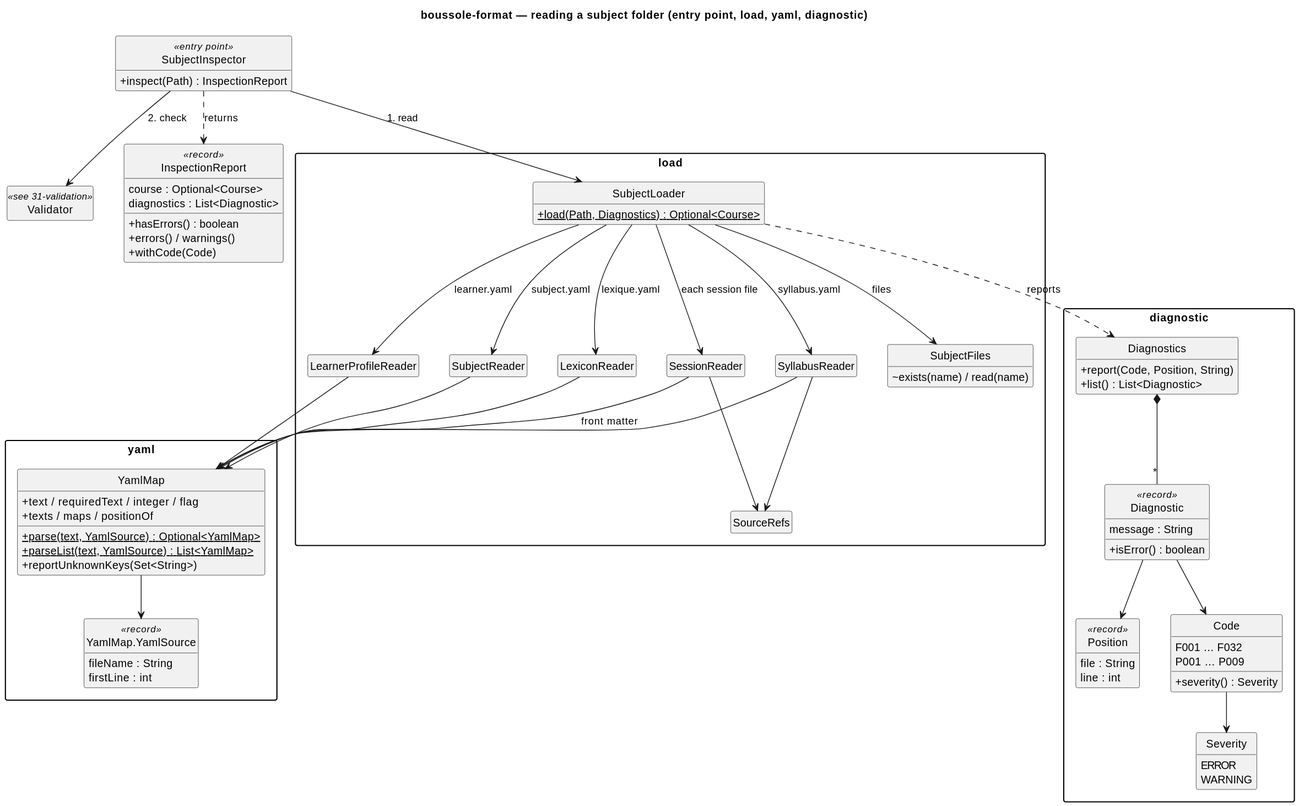
This is docs/diagrams/30-loading.svg from lucasssoh/Boussole, a PlantUML export, as it was before one commit.
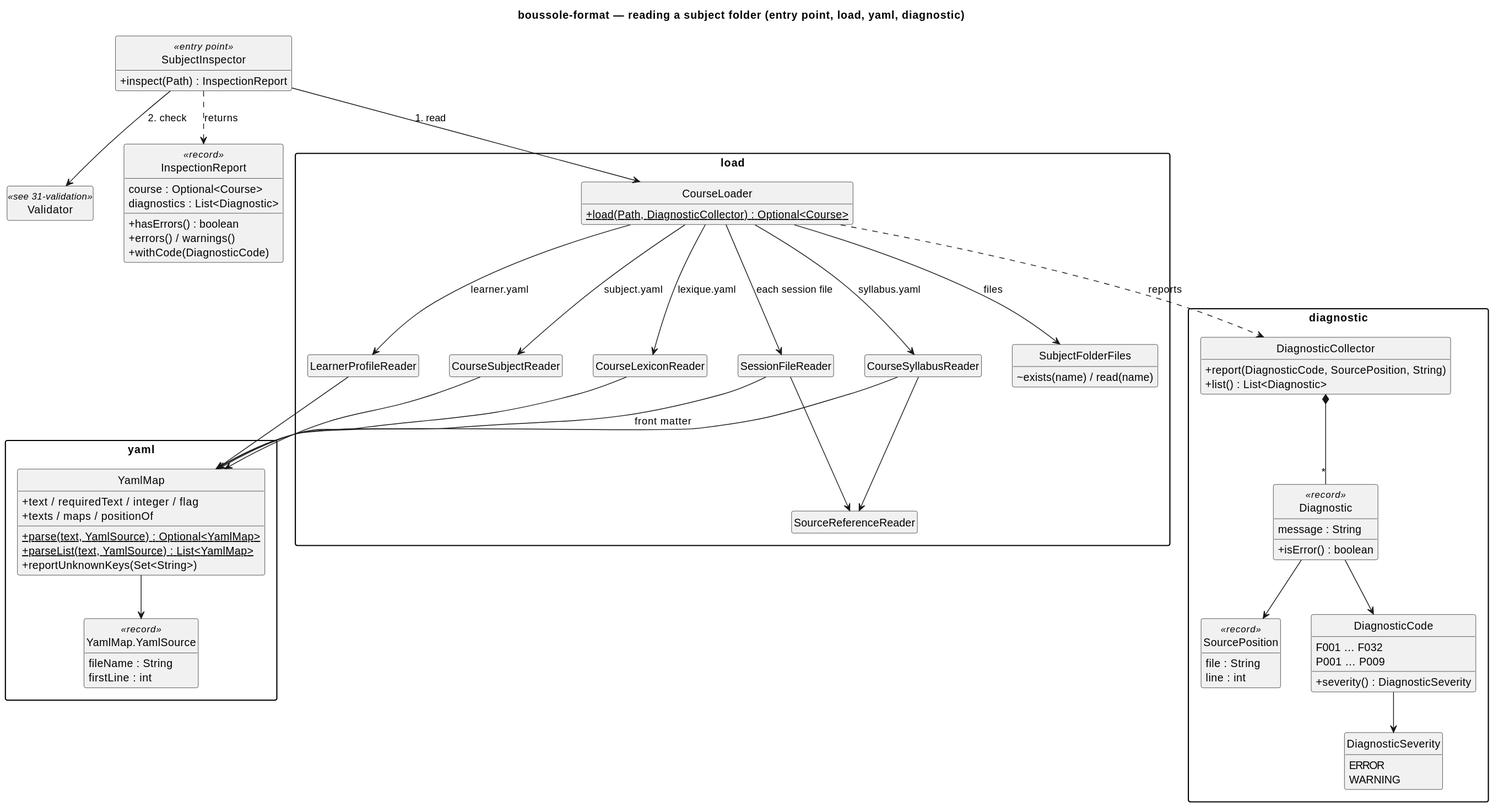
Above is the later version.

What changed in the source:
```diff
@@ -16,22 +16,22 @@
   diagnostics : List<Diagnostic>
   +hasErrors() : boolean
   +errors() / warnings()
-  +withCode(Code)
+  +withCode(DiagnosticCode)
 }
 
 package "load" {
-  class SubjectLoader {
-    +{static} load(Path, Diagnostics) : Optional<Course>
+  class CourseLoader {
+    +{static} load(Path, DiagnosticCollector) : Optional<Course>
   }
-  class SubjectFiles {
+  class SubjectFolderFiles {
     ~exists(name) / read(name)
   }
-  class SubjectReader
-  class SyllabusReader
-  class LexiconReader
+  class CourseSubjectReader
+  class CourseSyllabusReader
+  class CourseLexiconReader
   class LearnerProfileReader
-  class SessionReader
-  class SourceRefs
+  class SessionFileReader
+  class SourceReferenceReader
 }
 
 package "yaml" {
@@ -49,52 +49,52 @@
 }
 
 package "diagnostic" {
-  class Diagnostics {
-    +report(Code, Position, String)
+  class DiagnosticCollector {
+    +report(DiagnosticCode, SourcePosition, String)
     +list() : List<Diagnostic>
   }
   class Diagnostic <<record>> {
     message : String
     +isError() : boolean
   }
-  enum Code {
+  enum DiagnosticCode {
     F001 … F032
     P001 … P009
-    +severity() : Severity
+    +severity() : DiagnosticSeverity
   }
-  enum Severity {
+  enum DiagnosticSeverity {
     ERROR
     WARNING
   }
-  class Position <<record>> {
+  class SourcePosition <<record>> {
     file : String
     line : int
   }
 }
 
-SubjectInspector --> SubjectLoader : 1. read
+SubjectInspector --> CourseLoader : 1. read
 SubjectInspector ..> InspectionReport : returns
-SubjectLoader --> SubjectFiles : files
-SubjectLoader --> SubjectReader : subject.yaml
-SubjectLoader --> SyllabusReader : syllabus.yaml
-SubjectLoader --> LexiconReader : lexique.yaml
-SubjectLoader --> LearnerProfileReader : learner.yaml
-SubjectLoader --> SessionReader : each session file
-SyllabusReader --> SourceRefs
-SessionReader --> SourceRefs
-SubjectReader --> YamlMap
-SyllabusReader --> YamlMap
-LexiconReader --> YamlMap
+CourseLoader --> SubjectFolderFiles : files
+CourseLoader --> CourseSubjectReader : subject.yaml
+CourseLoader --> CourseSyllabusReader : syllabus.yaml
+CourseLoader --> CourseLexiconReader : lexique.yaml
+CourseLoader --> LearnerProfileReader : learner.yaml
+CourseLoader --> SessionFileReader : each session file
+CourseSyllabusReader --> SourceReferenceReader
+SessionFileReader --> SourceReferenceReader
+CourseSubjectReader --> YamlMap
+CourseSyllabusReader --> YamlMap
+CourseLexiconReader --> YamlMap
 LearnerProfileReader --> YamlMap
-SessionReader --> YamlMap : front matter
+SessionFileReader --> YamlMap : front matter
 YamlMap --> YamlSource
 
 
-Diagnostics *-- "*" Diagnostic
-Diagnostic --> Code
-Diagnostic --> Position
-Code --> Severity
-SubjectLoader ..> Diagnostics : reports
+DiagnosticCollector *-- "*" Diagnostic
+Diagnostic --> DiagnosticCode
+Diagnostic --> SourcePosition
+DiagnosticCode --> DiagnosticSeverity
+CourseLoader ..> DiagnosticCollector : reports
 
 
 SubjectInspector --> Validator : 2. check
```
